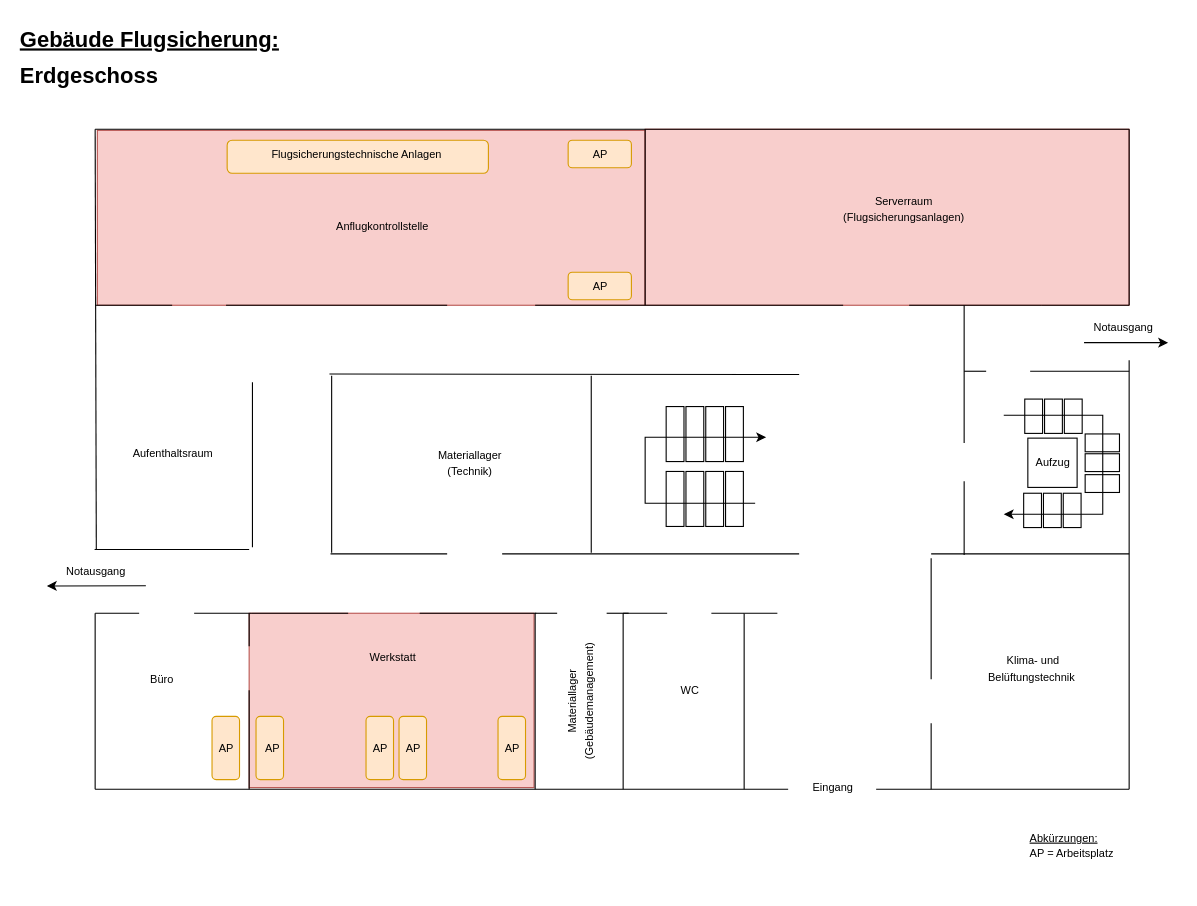
Before: Gebäudeplan_EG.drawio in meetSeb/Computer-Network, a draw.io diagram. Source tidied: cells renumbered, new cells numbered last; positions are measured from the earlier drawing's top-left corner, leaving out a move shared by most shapes. Both pictures are drawn from the tidied source at 110%, with x=0, y=0 at pixel (18, 19).
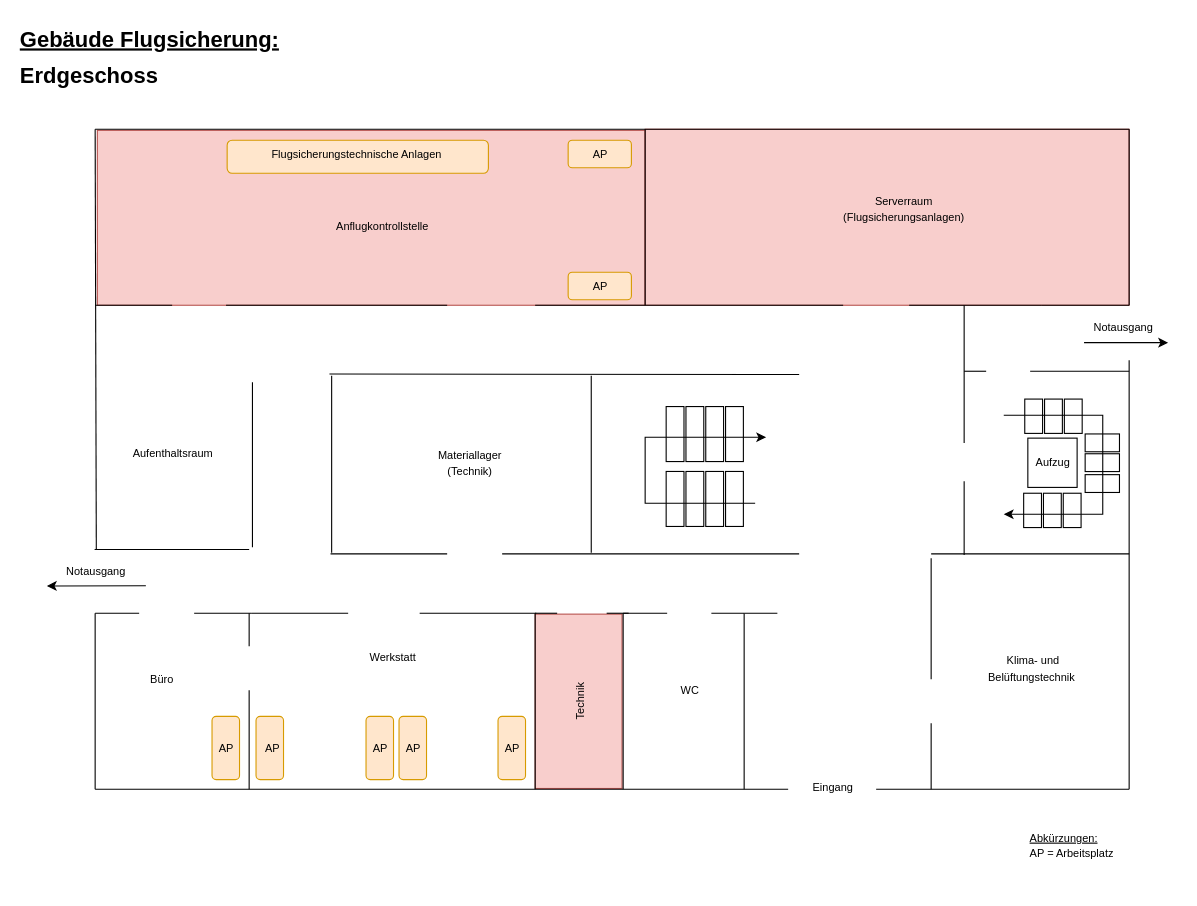
Above is the later version.

Diff of the diagram source:
```diff
@@
     <mxCell id="2" style="rounded=0;whiteSpace=wrap;html=1;fillColor=#f8cecc;strokeColor=#b85450;" parent="1" vertex="1">
-      <mxGeometry x="210" y="540" width="259" height="158.5" as="geometry" />
+      <mxGeometry x="470" y="540.8" width="79" height="158.5" as="geometry" />
     </mxCell>
@@
-    <mxCell id="78" value="&lt;font size=&quot;1&quot;&gt;Materiallager (Gebäudemanagement)&lt;/font&gt;" style="text;html=1;align=center;verticalAlign=middle;whiteSpace=wrap;rounded=0;rotation=-90;" parent="1" vertex="1">
+    <mxCell id="78" value="&lt;font size=&quot;1&quot;&gt;Technik&lt;/font&gt;" style="text;html=1;align=center;verticalAlign=middle;whiteSpace=wrap;rounded=0;rotation=-90;" parent="1" vertex="1">
       <mxGeometry x="470" y="600" width="82.1" height="40" as="geometry" />
     </mxCell>
```
